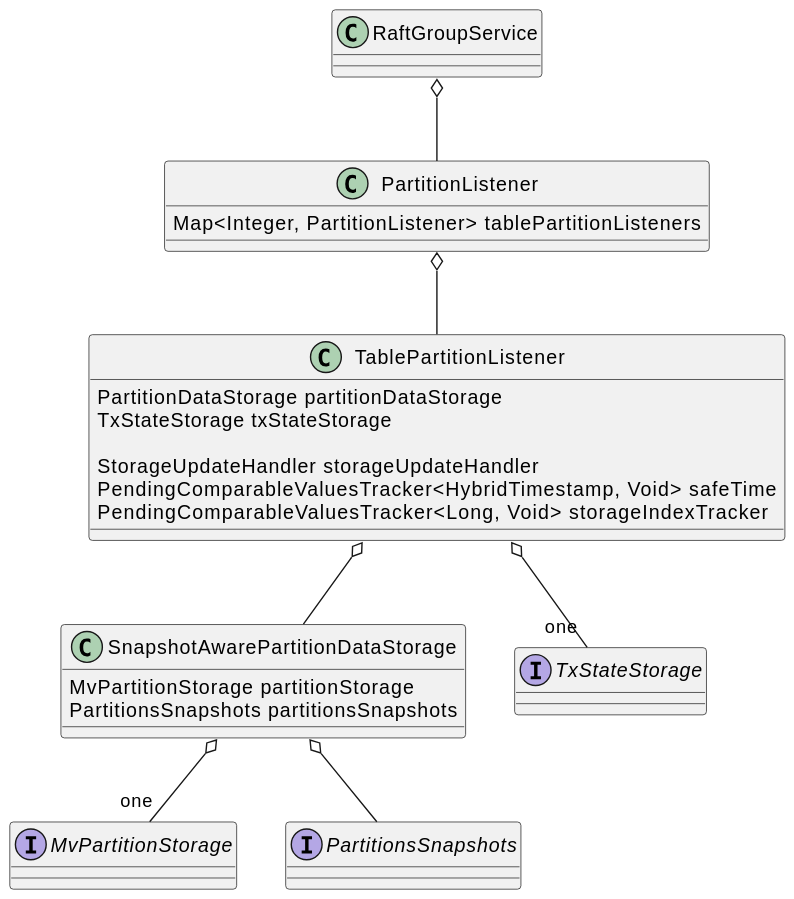
Before: modules/distribution-zones/tech-notes/images/diag2.svg, a diagram exported from PlantUML (gridgain/apache-ignite-3).
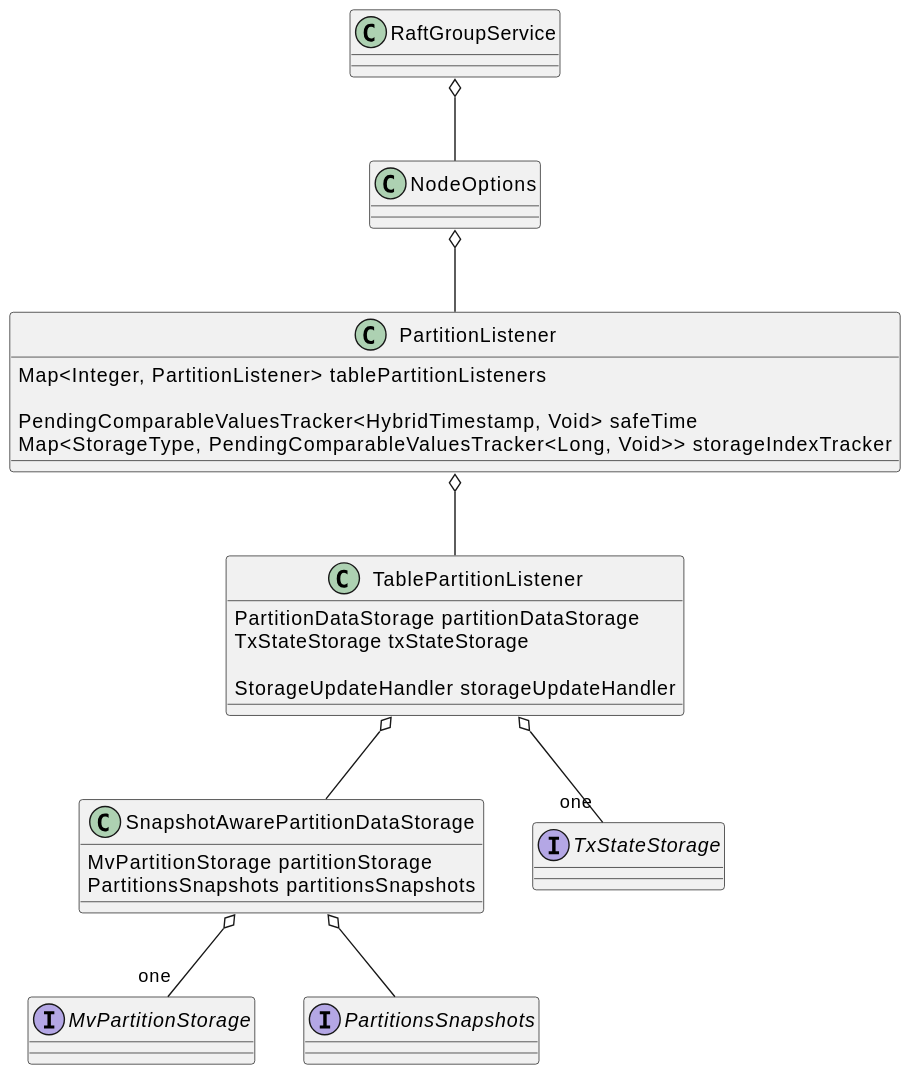
Above is the later version.

What changed in the source:
```diff
@@ -1,9 +1,13 @@
 @startuml
 
 class RaftGroupService
+class NodeOptions
 
 class PartitionListener {
   Map<Integer, PartitionListener> tablePartitionListeners
+
+  PendingComparableValuesTracker<HybridTimestamp, Void> safeTime
+  Map<StorageType, PendingComparableValuesTracker<Long, Void>> storageIndexTracker
 }
 
 class TablePartitionListener {
@@ -11,18 +15,19 @@
   TxStateStorage txStateStorage
 
   StorageUpdateHandler storageUpdateHandler
-  PendingComparableValuesTracker<HybridTimestamp, Void> safeTime
-  PendingComparableValuesTracker<Long, Void> storageIndexTracker
 }
+
 class SnapshotAwarePartitionDataStorage {
   MvPartitionStorage partitionStorage
   PartitionsSnapshots partitionsSnapshots
 }
+
 interface MvPartitionStorage
 interface PartitionsSnapshots
 interface TxStateStorage
 
-RaftGroupService o-- PartitionListener
+RaftGroupService o-- NodeOptions
+NodeOptions o-- PartitionListener
 PartitionListener o-- TablePartitionListener
 TablePartitionListener o-- SnapshotAwarePartitionDataStorage
 TablePartitionListener o-- "one" TxStateStorage
```
